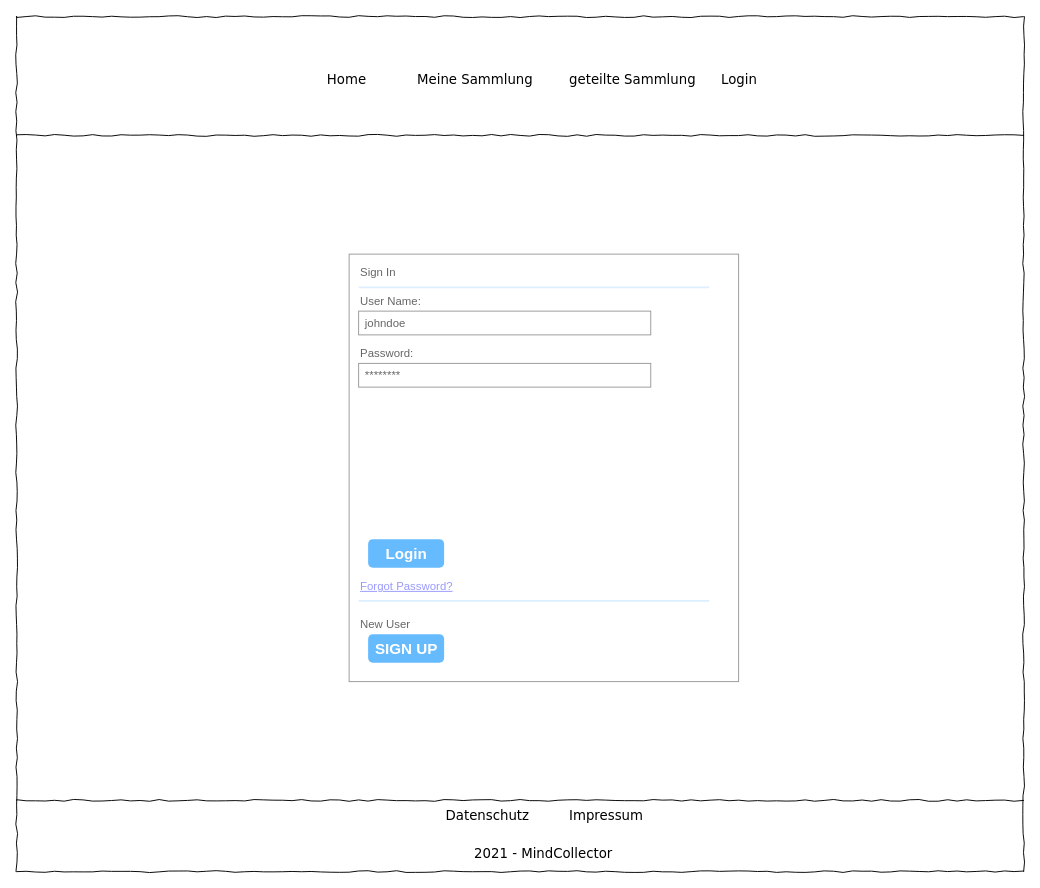
The draw.io diagram page "Login" (4 of 10) of Mockup/mockups.drawio in MindCollector-Softwareprojekt2021/MindCollector, before the edit. Source tidied: cells renumbered, new cells numbered last; positions are measured from the earlier drawing's top-left corner, leaving out a move shared by most shapes. Both pictures are drawn from the tidied source at 95%, with x=0, y=0 at pixel (16, 16).
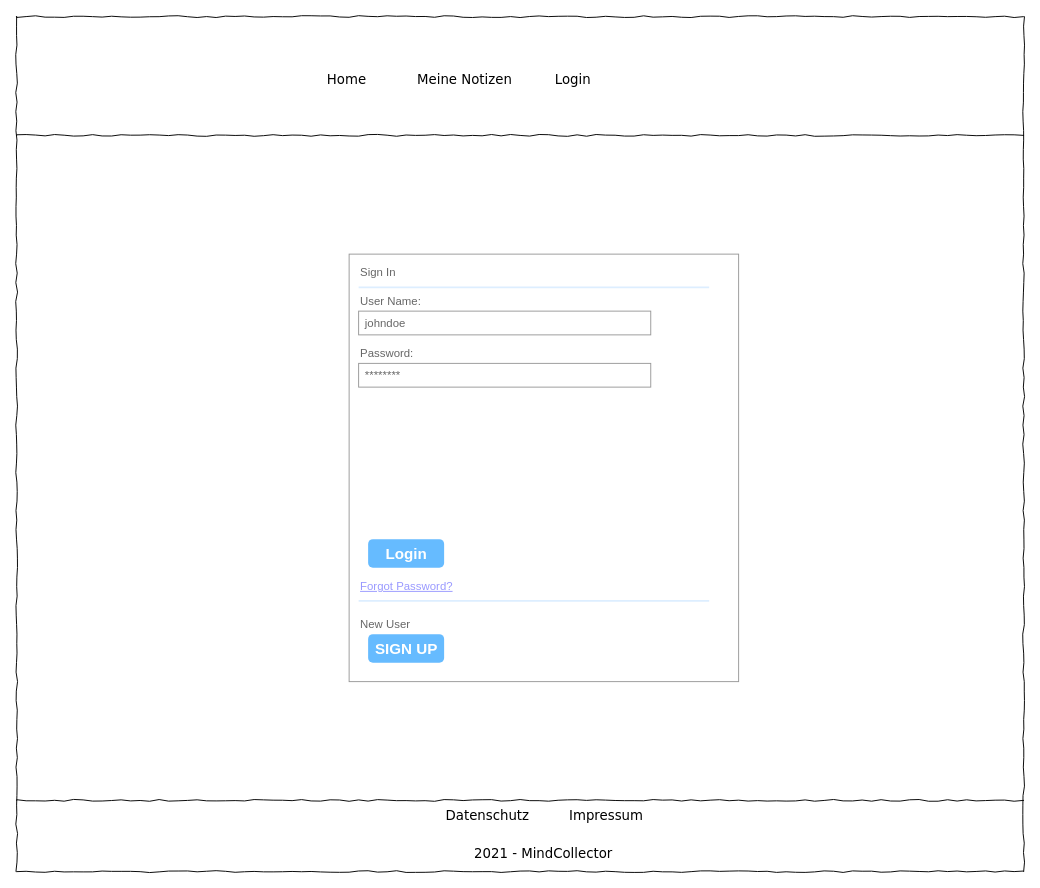
Above is the later version.

Diff of the diagram source:
```diff
@@
-    <mxCell id="4" value="Meine Sammlung" style="text;html=1;align=left;verticalAlign=top;spacingTop=-4;fontSize=14;fontFamily=Verdana;" parent="1" vertex="1">
+    <mxCell id="4" value="Meine Notizen" style="text;html=1;align=left;verticalAlign=top;spacingTop=-4;fontSize=14;fontFamily=Verdana;" parent="1" vertex="1">
       <mxGeometry x="420" y="55" width="90" height="20" as="geometry" />
     </mxCell>
@@
-    <mxCell id="10" value="geteilte Sammlung" style="text;html=1;align=left;verticalAlign=top;spacingTop=-4;fontSize=14;fontFamily=Verdana;" parent="1" vertex="1">
-      <mxGeometry x="580" y="55" width="90" height="20" as="geometry" />
-    </mxCell>
     <mxCell id="11" value="Login" style="text;html=1;align=left;verticalAlign=top;spacingTop=-4;fontSize=14;fontFamily=Verdana;" parent="1" vertex="1">
-      <mxGeometry x="740" y="55" width="90" height="20" as="geometry" />
+      <mxGeometry x="565" y="55" width="90" height="20" as="geometry" />
     </mxCell>
```
